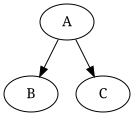
This is stage1.png from SvyatoslavSVO/dependency-visualizer, a Graphviz export, as it was before one commit. Its source is kept beside it as stage1.dot. Source of this version:
```dot
digraph G {
    "A";
    "A" -> "B";
    "A" -> "C";
    "C";
    "B";
}
```
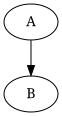
The same diagram one commit later.

Diff of the diagram source:
```diff
@@ -1,7 +1,5 @@
 digraph G {
     "A";
     "A" -> "B";
-    "A" -> "C";
-    "C";
     "B";
 }
```
